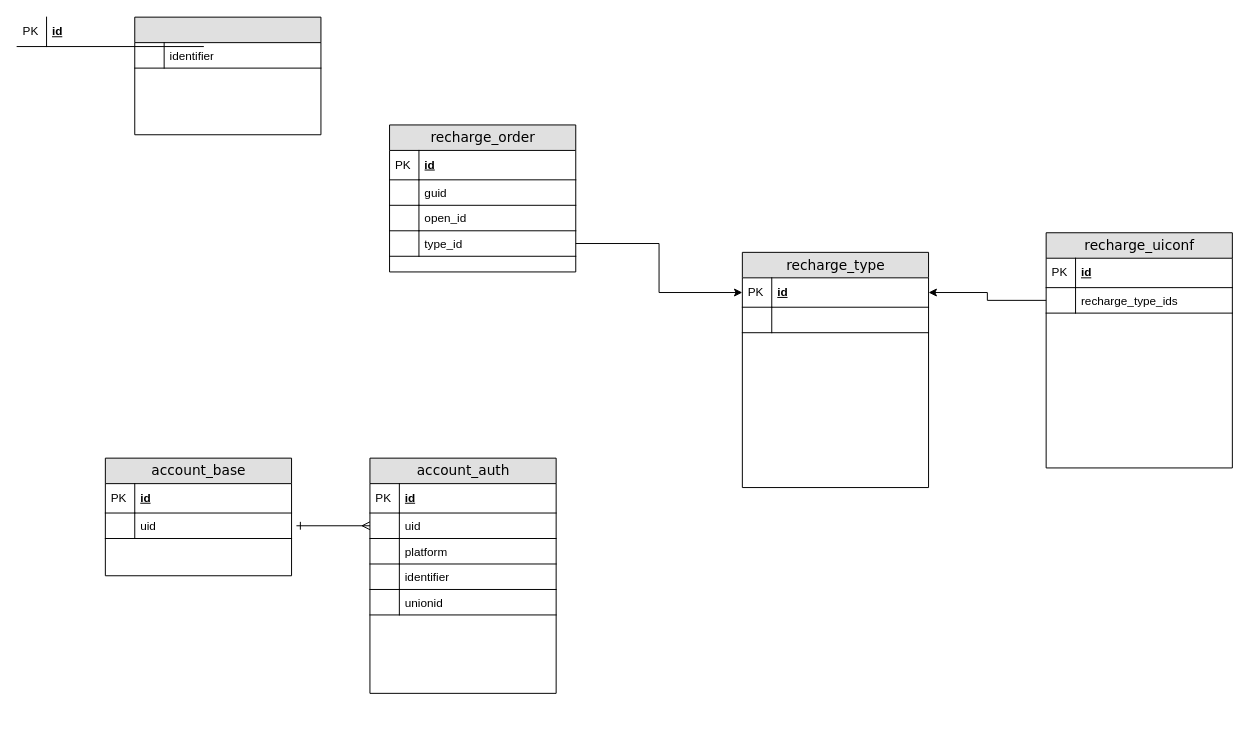
This is lmb.drawio from Hex86/drawio, a draw.io file, before an edit. Source tidied: cells renumbered, new cells numbered last; positions are measured from the earlier drawing's top-left corner, leaving out a move shared by most shapes. Both pictures are drawn from the tidied source at 98%, with x=0, y=0 at pixel (17, 17).
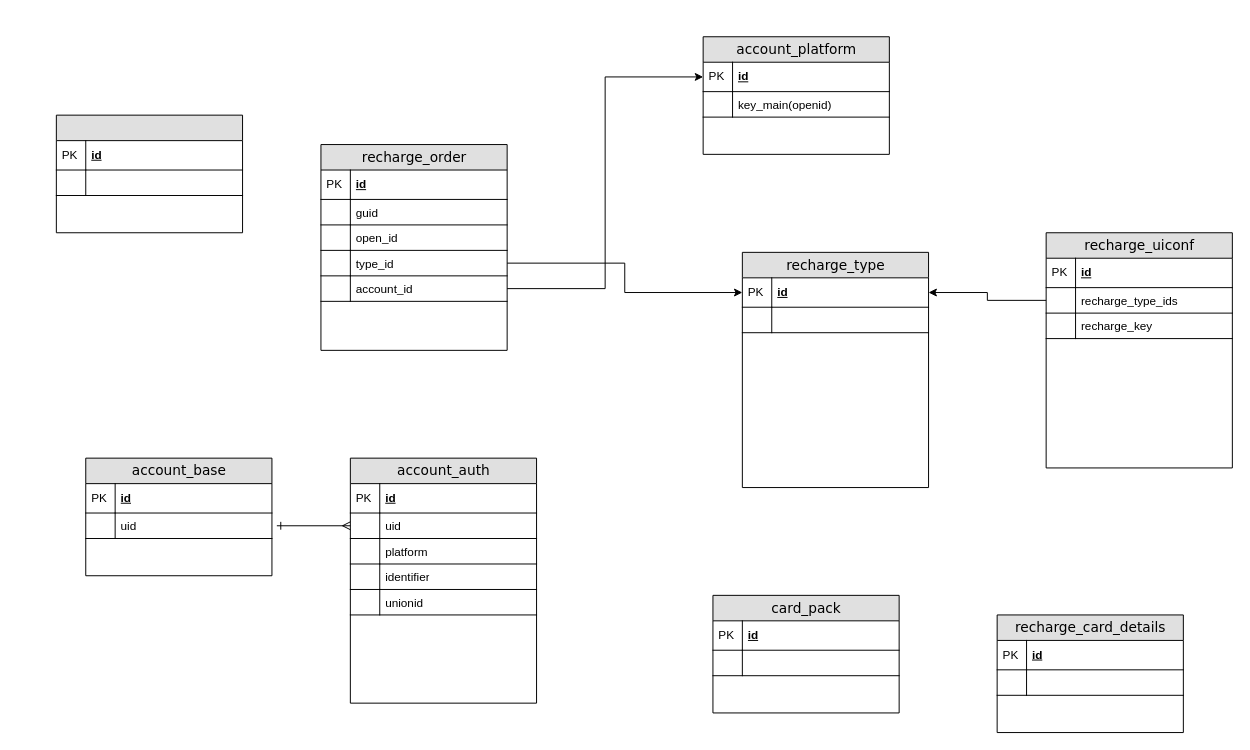
Above is the later version.

The change refers to these unchanged cells:
```xml
<mxCell id="22" value="recharge_uiconf" style="swimlane;html=1;fontStyle=0;horizontal=1;startSize=26;fillColor=#e0e0e0;swimlaneFillColor=#ffffff;align=center;rounded=0;shadow=0;comic=0;labelBackgroundColor=none;strokeWidth=1;fontFamily=Verdana;fontSize=14;swimlaneLine=1;" parent="1" vertex="1">
  <mxGeometry x="1050" y="220" width="190" height="240" as="geometry" />
</mxCell>
```

Change to the diagram source:
```diff
@@
     <mxCell id="2" value="account_base" style="swimlane;html=1;fontStyle=0;horizontal=1;startSize=26;fillColor=#e0e0e0;swimlaneFillColor=#ffffff;align=center;rounded=0;shadow=0;comic=0;labelBackgroundColor=none;strokeWidth=1;fontFamily=Verdana;fontSize=14;swimlaneLine=1;" parent="1" vertex="1">
-      <mxGeometry x="90" y="450" width="190" height="120" as="geometry" />
+      <mxGeometry x="70" y="450" width="190" height="120" as="geometry" />
     </mxCell>
@@
     <mxCell id="7" value="account_auth" style="swimlane;html=1;fontStyle=0;horizontal=1;startSize=26;fillColor=#e0e0e0;swimlaneFillColor=#ffffff;align=center;rounded=0;shadow=0;comic=0;labelBackgroundColor=none;strokeWidth=1;fontFamily=Verdana;fontSize=14;swimlaneLine=1;" parent="1" vertex="1">
-      <mxGeometry x="360" y="450" width="190" height="240" as="geometry" />
+      <mxGeometry x="340" y="450" width="190" height="250" as="geometry" />
     </mxCell>
@@
     <mxCell id="18" style="swimlane;html=1;fontStyle=0;horizontal=1;startSize=26;fillColor=#e0e0e0;swimlaneFillColor=#ffffff;align=center;rounded=0;shadow=0;comic=0;labelBackgroundColor=none;strokeWidth=1;fontFamily=Verdana;fontSize=14;swimlaneLine=1;" parent="1" vertex="1">
-      <mxGeometry x="120" width="190" height="120" as="geometry" />
+      <mxGeometry x="40" y="100" width="190" height="120" as="geometry" />
     </mxCell>
+    <mxCell id="33" value="id" style="shape=partialRectangle;top=0;left=0;right=0;bottom=1;html=1;align=left;verticalAlign=middle;fillColor=none;spacingLeft=34;spacingRight=4;whiteSpace=wrap;overflow=hidden;fontStyle=5;" parent="18" vertex="1">
+      <mxGeometry y="26" width="190" height="30" as="geometry" />
+    </mxCell>
+    <mxCell id="34" value="PK" style="shape=partialRectangle;top=0;left=0;bottom=0;html=1;fillColor=none;align=left;verticalAlign=middle;spacingLeft=4;spacingRight=4;whiteSpace=wrap;overflow=hidden;" parent="33" vertex="1">
+      <mxGeometry width="30" height="30" as="geometry" />
+    </mxCell>
-    <mxCell id="19" value="identifier" style="shape=partialRectangle;top=0;left=0;right=0;bottom=1;html=1;align=left;verticalAlign=top;fillColor=none;spacingLeft=34;spacingRight=4;whiteSpace=wrap;overflow=hidden;" parent="18" vertex="1">
-      <mxGeometry y="26" width="190" height="26" as="geometry" />
+    <mxCell id="19" style="shape=partialRectangle;top=0;left=0;right=0;bottom=1;html=1;align=left;verticalAlign=top;fillColor=none;spacingLeft=34;spacingRight=4;whiteSpace=wrap;overflow=hidden;" parent="18" vertex="1">
+      <mxGeometry y="56" width="190" height="26" as="geometry" />
     </mxCell>
@@
+    <mxCell id="45" value="recharge_key" style="shape=partialRectangle;top=0;left=0;right=0;bottom=1;html=1;align=left;verticalAlign=top;fillColor=none;spacingLeft=34;spacingRight=4;whiteSpace=wrap;overflow=hidden;" parent="22" vertex="1">
+      <mxGeometry y="82" width="190" height="26" as="geometry" />
+    </mxCell>
+    <mxCell id="46" style="shape=partialRectangle;top=0;left=0;bottom=0;html=1;fillColor=none;align=left;verticalAlign=top;spacingLeft=4;spacingRight=4;whiteSpace=wrap;overflow=hidden;" parent="45" vertex="1">
+      <mxGeometry width="30" height="26" as="geometry" />
+    </mxCell>
@@
-    <mxCell id="33" value="id" style="shape=partialRectangle;top=0;left=0;right=0;bottom=1;html=1;align=left;verticalAlign=middle;fillColor=none;spacingLeft=34;spacingRight=4;whiteSpace=wrap;overflow=hidden;fontStyle=5;" parent="1" vertex="1">
-      <mxGeometry width="190" height="30" as="geometry" />
-    </mxCell>
-    <mxCell id="34" value="PK" style="shape=partialRectangle;top=0;left=0;bottom=0;html=1;fillColor=none;align=left;verticalAlign=middle;spacingLeft=4;spacingRight=4;whiteSpace=wrap;overflow=hidden;" parent="33" vertex="1">
-      <mxGeometry width="30" height="30" as="geometry" />
-    </mxCell>
     <mxCell id="35" value="recharge_order" style="swimlane;html=1;fontStyle=0;horizontal=1;startSize=26;fillColor=#e0e0e0;swimlaneFillColor=#ffffff;align=center;rounded=0;shadow=0;comic=0;labelBackgroundColor=none;strokeWidth=1;fontFamily=Verdana;fontSize=14;swimlaneLine=1;" parent="1" vertex="1">
-      <mxGeometry x="380" y="110" width="190" height="150" as="geometry" />
+      <mxGeometry x="310" y="130" width="190" height="210" as="geometry" />
     </mxCell>
@@
+    <mxCell id="47" value="account_id" style="shape=partialRectangle;top=0;left=0;right=0;bottom=1;html=1;align=left;verticalAlign=top;fillColor=none;spacingLeft=34;spacingRight=4;whiteSpace=wrap;overflow=hidden;points=[[0,0.5],[1,0.5]];portConstraint=eastwest;" parent="35" vertex="1">
+      <mxGeometry y="134" width="190" height="26" as="geometry" />
+    </mxCell>
+    <mxCell id="48" style="shape=partialRectangle;top=0;left=0;bottom=0;html=1;fillColor=none;align=left;verticalAlign=top;spacingLeft=4;spacingRight=4;whiteSpace=wrap;overflow=hidden;" parent="47" vertex="1">
+      <mxGeometry width="30" height="26" as="geometry" />
+    </mxCell>
@@
+    <mxCell id="49" value="account_platform" style="swimlane;html=1;fontStyle=0;horizontal=1;startSize=26;fillColor=#e0e0e0;swimlaneFillColor=#ffffff;align=center;rounded=0;shadow=0;comic=0;labelBackgroundColor=none;strokeWidth=1;fontFamily=Verdana;fontSize=14;swimlaneLine=1;" parent="1" vertex="1">
+      <mxGeometry x="700" y="20" width="190" height="120" as="geometry" />
+    </mxCell>
+    <mxCell id="50" value="id" style="shape=partialRectangle;top=0;left=0;right=0;bottom=1;html=1;align=left;verticalAlign=middle;fillColor=none;spacingLeft=34;spacingRight=4;whiteSpace=wrap;overflow=hidden;points=[[0,0.5],[1,0.5]];portConstraint=eastwest;fontStyle=5;" parent="49" vertex="1">
+      <mxGeometry y="26" width="190" height="30" as="geometry" />
+    </mxCell>
+    <mxCell id="51" value="PK" style="shape=partialRectangle;top=0;left=0;bottom=0;html=1;fillColor=none;align=left;verticalAlign=middle;spacingLeft=4;spacingRight=4;whiteSpace=wrap;overflow=hidden;" parent="50" vertex="1">
+      <mxGeometry width="30" height="30" as="geometry" />
+    </mxCell>
+    <mxCell id="52" value="key_main(openid)" style="shape=partialRectangle;top=0;left=0;right=0;bottom=1;html=1;align=left;verticalAlign=top;fillColor=none;spacingLeft=34;spacingRight=4;whiteSpace=wrap;overflow=hidden;" parent="49" vertex="1">
+      <mxGeometry y="56" width="190" height="26" as="geometry" />
+    </mxCell>
+    <mxCell id="53" style="shape=partialRectangle;top=0;left=0;bottom=0;html=1;fillColor=none;align=left;verticalAlign=top;spacingLeft=4;spacingRight=4;whiteSpace=wrap;overflow=hidden;" parent="52" vertex="1">
+      <mxGeometry width="30" height="26" as="geometry" />
+    </mxCell>
+    <mxCell id="54" style="edgeStyle=orthogonalEdgeStyle;rounded=0;jettySize=auto;html=1;entryX=0;entryY=0.5;entryDx=0;entryDy=0;" parent="1" edge="1" source="47" target="50">
+      <mxGeometry relative="1" as="geometry" />
+    </mxCell>
+    <mxCell id="55" value="card_pack" style="swimlane;html=1;fontStyle=0;horizontal=1;startSize=26;fillColor=#e0e0e0;swimlaneFillColor=#ffffff;align=center;rounded=0;shadow=0;comic=0;labelBackgroundColor=none;strokeWidth=1;fontFamily=Verdana;fontSize=14;swimlaneLine=1;" parent="1" vertex="1">
+      <mxGeometry x="710" y="590" width="190" height="120" as="geometry" />
+    </mxCell>
+    <mxCell id="56" value="id" style="shape=partialRectangle;top=0;left=0;right=0;bottom=1;html=1;align=left;verticalAlign=middle;fillColor=none;spacingLeft=34;spacingRight=4;whiteSpace=wrap;overflow=hidden;fontStyle=5;" parent="55" vertex="1">
+      <mxGeometry y="26" width="190" height="30" as="geometry" />
+    </mxCell>
+    <mxCell id="57" value="PK" style="shape=partialRectangle;top=0;left=0;bottom=0;html=1;fillColor=none;align=left;verticalAlign=middle;spacingLeft=4;spacingRight=4;whiteSpace=wrap;overflow=hidden;" parent="56" vertex="1">
+      <mxGeometry width="30" height="30" as="geometry" />
+    </mxCell>
+    <mxCell id="58" style="shape=partialRectangle;top=0;left=0;right=0;bottom=1;html=1;align=left;verticalAlign=top;fillColor=none;spacingLeft=34;spacingRight=4;whiteSpace=wrap;overflow=hidden;" parent="55" vertex="1">
+      <mxGeometry y="56" width="190" height="26" as="geometry" />
+    </mxCell>
+    <mxCell id="59" style="shape=partialRectangle;top=0;left=0;bottom=0;html=1;fillColor=none;align=left;verticalAlign=top;spacingLeft=4;spacingRight=4;whiteSpace=wrap;overflow=hidden;" parent="58" vertex="1">
+      <mxGeometry width="30" height="26" as="geometry" />
+    </mxCell>
+    <mxCell id="60" value="recharge_card_details" style="swimlane;html=1;fontStyle=0;horizontal=1;startSize=26;fillColor=#e0e0e0;swimlaneFillColor=#ffffff;align=center;rounded=0;shadow=0;comic=0;labelBackgroundColor=none;strokeWidth=1;fontFamily=Verdana;fontSize=14;swimlaneLine=1;" parent="1" vertex="1">
+      <mxGeometry x="1000" y="610" width="190" height="120" as="geometry" />
+    </mxCell>
+    <mxCell id="61" value="id" style="shape=partialRectangle;top=0;left=0;right=0;bottom=1;html=1;align=left;verticalAlign=middle;fillColor=none;spacingLeft=34;spacingRight=4;whiteSpace=wrap;overflow=hidden;fontStyle=5;" parent="60" vertex="1">
+      <mxGeometry y="26" width="190" height="30" as="geometry" />
+    </mxCell>
+    <mxCell id="62" value="PK" style="shape=partialRectangle;top=0;left=0;bottom=0;html=1;fillColor=none;align=left;verticalAlign=middle;spacingLeft=4;spacingRight=4;whiteSpace=wrap;overflow=hidden;" parent="61" vertex="1">
+      <mxGeometry width="30" height="30" as="geometry" />
+    </mxCell>
+    <mxCell id="63" style="shape=partialRectangle;top=0;left=0;right=0;bottom=1;html=1;align=left;verticalAlign=top;fillColor=none;spacingLeft=34;spacingRight=4;whiteSpace=wrap;overflow=hidden;" parent="60" vertex="1">
+      <mxGeometry y="56" width="190" height="26" as="geometry" />
+    </mxCell>
+    <mxCell id="64" style="shape=partialRectangle;top=0;left=0;bottom=0;html=1;fillColor=none;align=left;verticalAlign=top;spacingLeft=4;spacingRight=4;whiteSpace=wrap;overflow=hidden;" parent="63" vertex="1">
+      <mxGeometry width="30" height="26" as="geometry" />
+    </mxCell>
```
